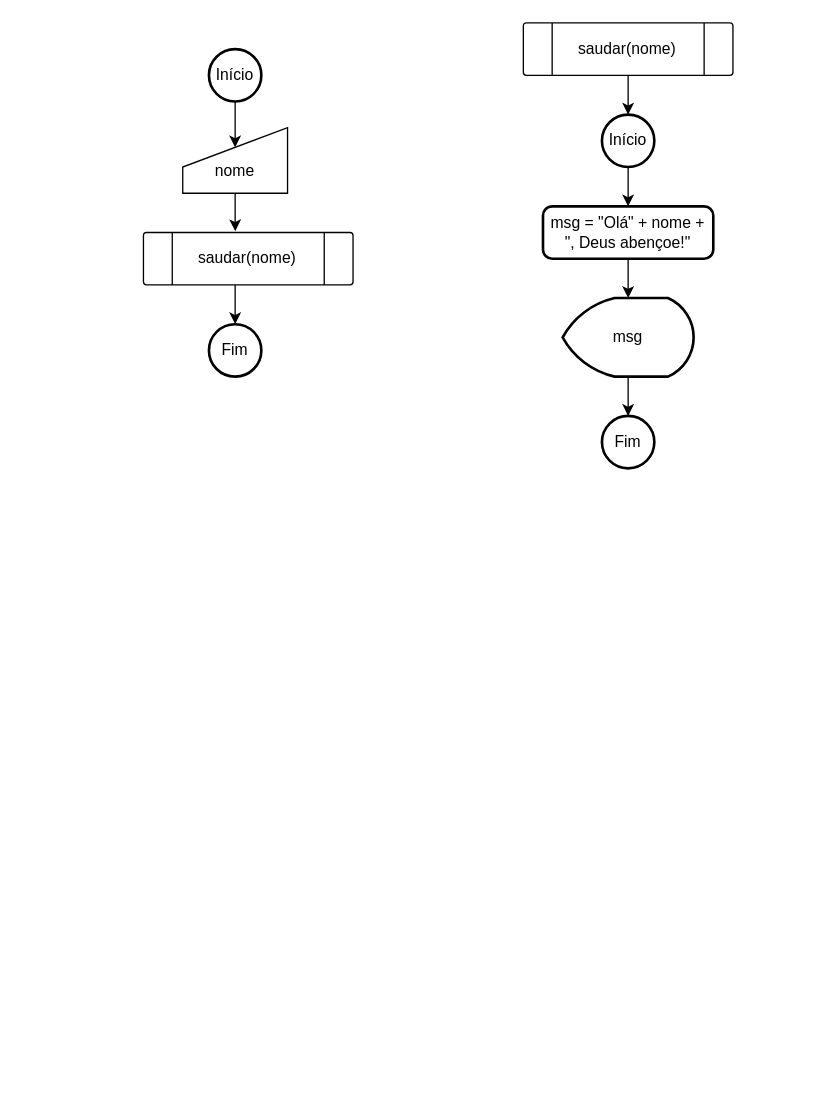
MarczalTSIGP/TSI31C-Flowcharts keeps this draw.io diagram as L401.drawio. Above is the earlier version. Source tidied: cells renumbered, new cells numbered last; positions are measured from the earlier drawing's top-left corner, leaving out a move shared by most shapes. Both pictures are drawn from the tidied source at 131%, with x=0, y=0 at pixel (143, 22).
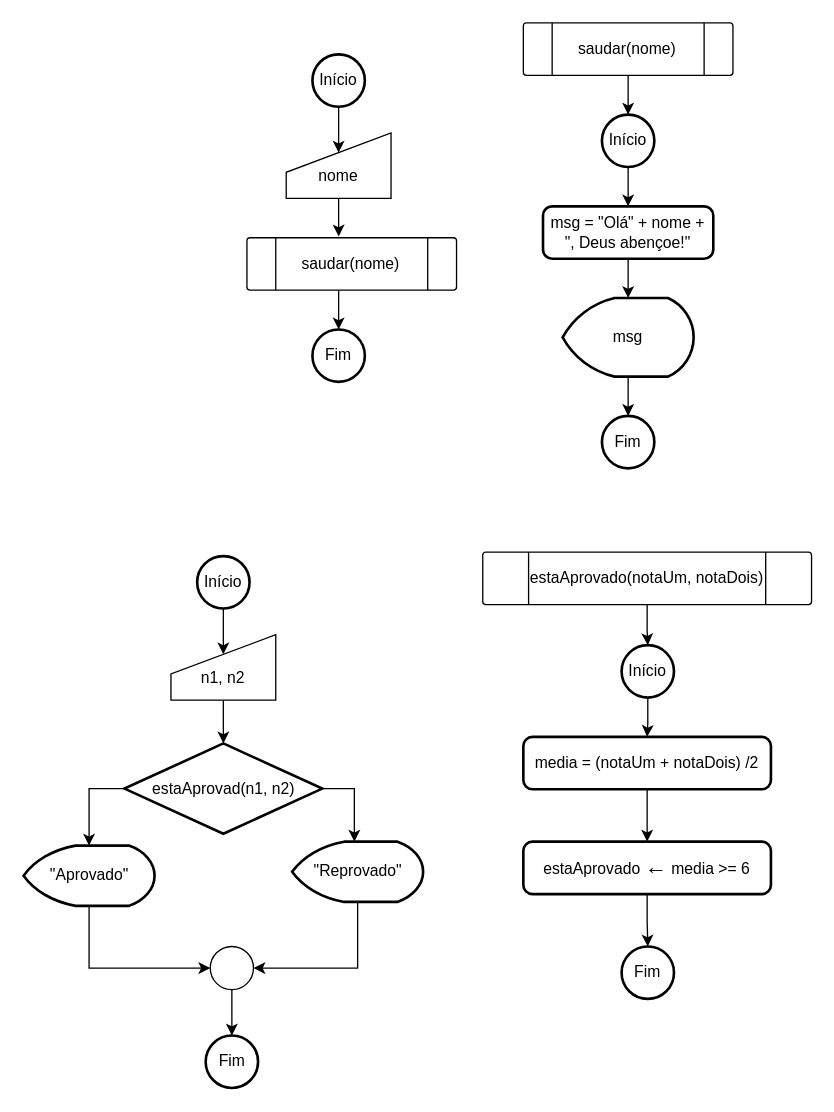
The same diagram, later.

What changed in the source:
```diff
@@
     <mxCell id="12" value="Início" style="strokeWidth=2;html=1;shape=mxgraph.flowchart.start_2;whiteSpace=wrap;" parent="1" vertex="1">
-      <mxGeometry x="50" y="20" width="40" height="40" as="geometry" />
+      <mxGeometry x="129" y="24" width="40" height="40" as="geometry" />
     </mxCell>
@@
     <mxCell id="14" value="&lt;br&gt;nome" style="shape=manualInput;whiteSpace=wrap;html=1;" parent="1" vertex="1">
-      <mxGeometry x="30" y="80" width="80" height="50" as="geometry" />
+      <mxGeometry x="109" y="84" width="80" height="50" as="geometry" />
     </mxCell>
     <mxCell id="15" style="edgeStyle=orthogonalEdgeStyle;rounded=0;jettySize=auto;html=1;" parent="1" edge="1" source="16" target="17">
       <mxGeometry relative="1" as="geometry">
         <Array as="points">
-          <mxPoint x="70" y="220" />
-          <mxPoint x="70" y="220" />
+          <mxPoint x="149" y="224" />
+          <mxPoint x="149" y="224" />
         </Array>
       </mxGeometry>
     </mxCell>
     <mxCell id="16" value="saudar(nome)" style="verticalLabelPosition=middle;verticalAlign=middle;html=1;shape=process;whiteSpace=wrap;rounded=1;size=0.14;arcSize=6;align=center;labelPosition=center;" parent="1" vertex="1">
-      <mxGeometry y="160" width="160" height="40" as="geometry" />
+      <mxGeometry x="79" y="164" width="160" height="40" as="geometry" />
     </mxCell>
     <mxCell id="17" value="Fim" style="strokeWidth=2;html=1;shape=mxgraph.flowchart.start_2;whiteSpace=wrap;" parent="1" vertex="1">
-      <mxGeometry x="50" y="230" width="40" height="40" as="geometry" />
+      <mxGeometry x="129" y="234" width="40" height="40" as="geometry" />
     </mxCell>
+    <mxCell id="18" style="edgeStyle=orthogonalEdgeStyle;rounded=0;jettySize=auto;html=1;" parent="1" edge="1" source="19" target="21">
+      <mxGeometry relative="1" as="geometry" />
+    </mxCell>
+    <mxCell id="19" value="estaAprovado(notaUm, notaDois)" style="verticalLabelPosition=middle;verticalAlign=middle;html=1;shape=process;whiteSpace=wrap;rounded=1;size=0.14;arcSize=6;align=center;labelPosition=center;" parent="1" vertex="1">
+      <mxGeometry x="259" y="404" width="251" height="40" as="geometry" />
+    </mxCell>
+    <mxCell id="20" style="edgeStyle=orthogonalEdgeStyle;rounded=0;jettySize=auto;html=1;entryX=0.5;entryY=0;entryDx=0;entryDy=0;" parent="1" edge="1" source="21" target="24">
+      <mxGeometry relative="1" as="geometry" />
+    </mxCell>
+    <mxCell id="21" value="Início" style="strokeWidth=2;html=1;shape=mxgraph.flowchart.start_2;whiteSpace=wrap;" parent="1" vertex="1">
+      <mxGeometry x="365" y="475" width="40" height="40" as="geometry" />
+    </mxCell>
+    <mxCell id="22" value="Fim" style="strokeWidth=2;html=1;shape=mxgraph.flowchart.start_2;whiteSpace=wrap;" parent="1" vertex="1">
+      <mxGeometry x="365" y="705" width="40" height="40" as="geometry" />
+    </mxCell>
+    <mxCell id="23" style="edgeStyle=orthogonalEdgeStyle;rounded=0;jettySize=auto;html=1;entryX=0.5;entryY=0;entryDx=0;entryDy=0;" parent="1" edge="1" source="24" target="26">
+      <mxGeometry relative="1" as="geometry" />
+    </mxCell>
+    <mxCell id="24" value="media = (notaUm + notaDois) /2" style="rounded=1;whiteSpace=wrap;html=1;absoluteArcSize=1;arcSize=14;strokeWidth=2;" parent="1" vertex="1">
+      <mxGeometry x="290" y="545" width="189" height="40" as="geometry" />
+    </mxCell>
+    <mxCell id="25" style="edgeStyle=orthogonalEdgeStyle;rounded=0;jettySize=auto;html=1;exitX=0.5;exitY=1;exitDx=0;exitDy=0;" parent="1" edge="1" source="26" target="22">
+      <mxGeometry relative="1" as="geometry" />
+    </mxCell>
+    <mxCell id="26" value="estaAprovado &lt;font style=&quot;font-size: 17px;&quot;&gt;←&lt;/font&gt; media &amp;gt;= 6" style="rounded=1;whiteSpace=wrap;html=1;absoluteArcSize=1;arcSize=14;strokeWidth=2;" parent="1" vertex="1">
+      <mxGeometry x="290" y="625" width="189" height="40" as="geometry" />
+    </mxCell>
+    <mxCell id="27" style="edgeStyle=orthogonalEdgeStyle;rounded=0;jettySize=auto;html=1;exitX=0.5;exitY=1;exitDx=0;exitDy=0;exitPerimeter=0;entryX=0.5;entryY=0.3;entryDx=0;entryDy=0;entryPerimeter=0;" parent="1" edge="1" source="28" target="30">
+      <mxGeometry relative="1" as="geometry" />
+    </mxCell>
+    <mxCell id="28" value="Início" style="strokeWidth=2;html=1;shape=mxgraph.flowchart.start_2;whiteSpace=wrap;" parent="1" vertex="1">
+      <mxGeometry x="41" y="407" width="40" height="40" as="geometry" />
+    </mxCell>
+    <mxCell id="29" style="edgeStyle=orthogonalEdgeStyle;rounded=0;jettySize=auto;html=1;entryX=0.5;entryY=0;entryDx=0;entryDy=0;entryPerimeter=0;" parent="1" edge="1" source="30" target="34">
+      <mxGeometry relative="1" as="geometry" />
+    </mxCell>
+    <mxCell id="30" value="&lt;br&gt;n1, n2" style="shape=manualInput;whiteSpace=wrap;html=1;" parent="1" vertex="1">
+      <mxGeometry x="21" y="467" width="80" height="50" as="geometry" />
+    </mxCell>
+    <mxCell id="31" value="Fim" style="strokeWidth=2;html=1;shape=mxgraph.flowchart.start_2;whiteSpace=wrap;" parent="1" vertex="1">
+      <mxGeometry x="47.5" y="773" width="40" height="40" as="geometry" />
+    </mxCell>
+    <mxCell id="32" style="edgeStyle=orthogonalEdgeStyle;rounded=0;jettySize=auto;html=1;" parent="1" edge="1" source="34" target="40">
+      <mxGeometry relative="1" as="geometry">
+        <Array as="points">
+          <mxPoint x="161" y="585" />
+        </Array>
+      </mxGeometry>
+    </mxCell>
+    <mxCell id="33" style="edgeStyle=orthogonalEdgeStyle;rounded=0;jettySize=auto;html=1;entryX=0.5;entryY=0;entryDx=0;entryDy=0;entryPerimeter=0;exitX=0;exitY=0.5;exitDx=0;exitDy=0;exitPerimeter=0;" parent="1" edge="1" source="34" target="38">
+      <mxGeometry relative="1" as="geometry" />
+    </mxCell>
+    <mxCell id="34" value="estaAprovad(n1, n2)" style="strokeWidth=2;html=1;shape=mxgraph.flowchart.decision;whiteSpace=wrap;" parent="1" vertex="1">
+      <mxGeometry x="-14.5" y="550" width="151" height="69" as="geometry" />
+    </mxCell>
+    <mxCell id="35" style="edgeStyle=orthogonalEdgeStyle;rounded=0;jettySize=auto;html=1;entryX=0.5;entryY=0;entryDx=0;entryDy=0;entryPerimeter=0;" parent="1" edge="1" source="36" target="31">
+      <mxGeometry relative="1" as="geometry" />
+    </mxCell>
+    <mxCell id="36" style="verticalLabelPosition=bottom;verticalAlign=top;html=1;shape=mxgraph.flowchart.on-page_reference;" parent="1" vertex="1">
+      <mxGeometry x="51" y="705" width="33" height="33" as="geometry" />
+    </mxCell>
+    <mxCell id="37" style="edgeStyle=orthogonalEdgeStyle;rounded=0;jettySize=auto;html=1;entryX=0;entryY=0.5;entryDx=0;entryDy=0;entryPerimeter=0;exitX=0.5;exitY=1;exitDx=0;exitDy=0;exitPerimeter=0;" parent="1" edge="1" source="38" target="36">
+      <mxGeometry relative="1" as="geometry" />
+    </mxCell>
+    <mxCell id="38" value="&quot;Aprovado&quot;" style="strokeWidth=2;html=1;shape=mxgraph.flowchart.display;whiteSpace=wrap;" parent="1" vertex="1">
+      <mxGeometry x="-91.5" y="628" width="100" height="46" as="geometry" />
+    </mxCell>
+    <mxCell id="39" style="edgeStyle=orthogonalEdgeStyle;rounded=0;jettySize=auto;html=1;entryX=1;entryY=0.5;entryDx=0;entryDy=0;entryPerimeter=0;exitX=0.5;exitY=1;exitDx=0;exitDy=0;exitPerimeter=0;" parent="1" edge="1" source="40" target="36">
+      <mxGeometry relative="1" as="geometry" />
+    </mxCell>
+    <mxCell id="40" value="&quot;Reprovado&quot;" style="strokeWidth=2;html=1;shape=mxgraph.flowchart.display;whiteSpace=wrap;" parent="1" vertex="1">
+      <mxGeometry x="113.5" y="625" width="100" height="46" as="geometry" />
+    </mxCell>
```
